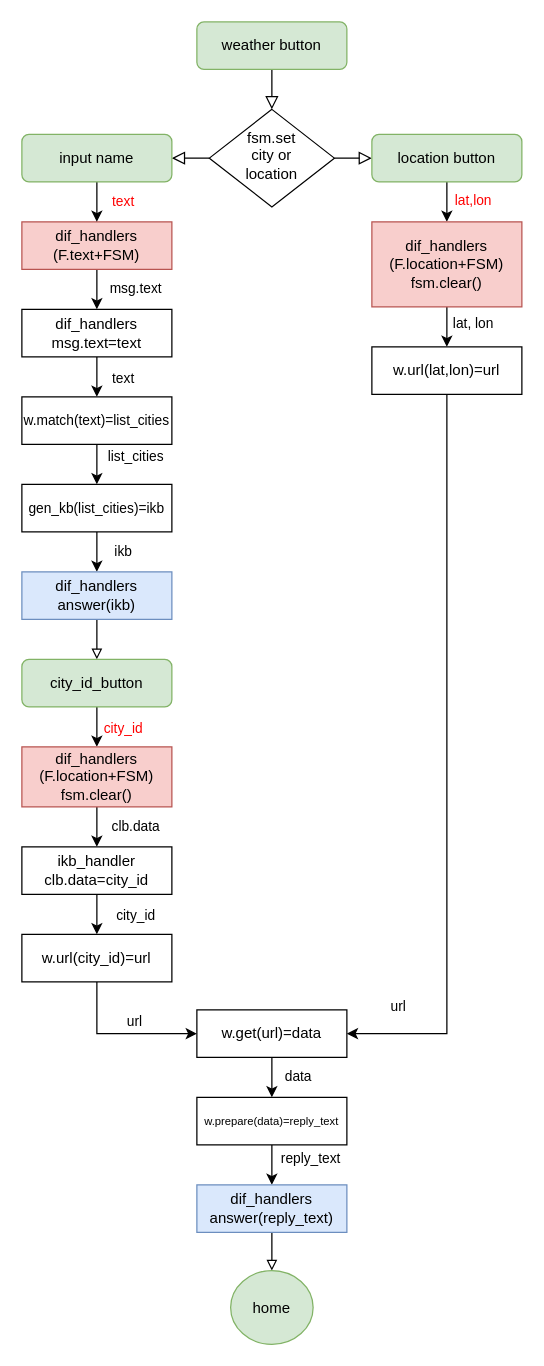
Earlier version of the draw.io diagram test_taska/bot/utils/Untitled Diagram.drawio (DanyaSh/test_taska). Source tidied: cells renumbered, new cells numbered last; positions are measured from the earlier drawing's top-left corner, leaving out a move shared by most shapes. Both pictures are drawn from the tidied source at 125%, with x=0, y=0 at pixel (21, 21).
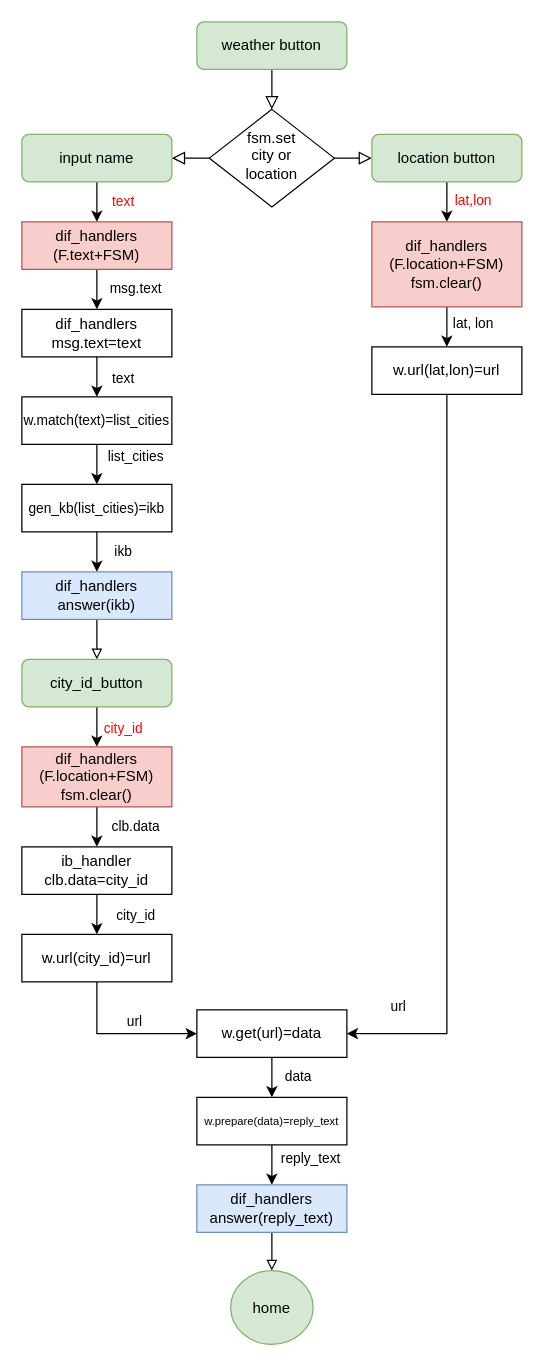
Above is the later version.

Change to the diagram source:
```diff
@@
-    <mxCell id="51" value="ikb_handler&lt;br style=&quot;border-color: var(--border-color);&quot;&gt;clb.data=city_id" style="rounded=0;whiteSpace=wrap;html=1;glass=0;strokeWidth=1;shadow=0;" parent="1" vertex="1">
+    <mxCell id="51" value="ib_handler&lt;br style=&quot;border-color: var(--border-color);&quot;&gt;clb.data=city_id" style="rounded=0;whiteSpace=wrap;html=1;glass=0;strokeWidth=1;shadow=0;" parent="1" vertex="1">
       <mxGeometry y="660" width="120" height="38" as="geometry" />
     </mxCell>
```
